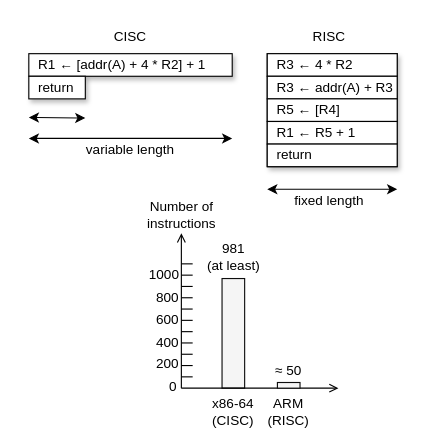
Above: docs/diagrams/theory/risc_vs_cisc.drawio in silhavyj/ZeroMate (draw.io), before the change. Source tidied: cells renumbered, new cells numbered last; positions are measured from the earlier drawing's top-left corner, leaving out a move shared by most shapes. Both pictures are drawn from the tidied source at 113%, with x=0, y=0 at pixel (28, 19).
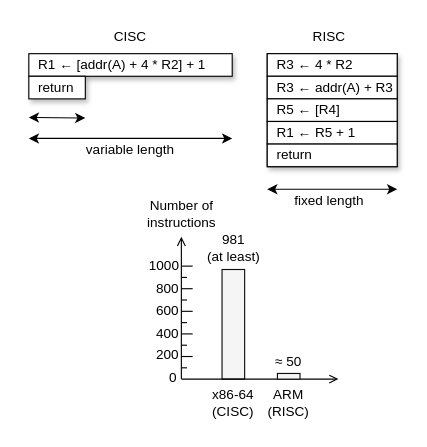
The same page after the edit.

Diff of the diagram source:
```diff
@@
     <mxCell id="17" style="rounded=0;whiteSpace=wrap;html=1;fillColor=#f5f5f5;fontColor=#333333;strokeColor=#0D0D0D;" parent="1" vertex="1">
-      <mxGeometry x="171" y="229" width="20" height="97" as="geometry" />
+      <mxGeometry x="171" y="221" width="20" height="97" as="geometry" />
     </mxCell>
     <mxCell id="18" style="endArrow=open;html=1;rounded=0;endFill=0;" parent="1" edge="1">
       <mxGeometry relative="1" as="geometry">
-        <mxPoint x="135" y="326" as="sourcePoint" />
-        <mxPoint x="135" y="189" as="targetPoint" />
+        <mxPoint x="135" y="318" as="sourcePoint" />
+        <mxPoint x="135" y="192" as="targetPoint" />
       </mxGeometry>
     </mxCell>
     <mxCell id="19" style="endArrow=open;html=1;rounded=0;endFill=0;" parent="1" edge="1">
       <mxGeometry relative="1" as="geometry">
-        <mxPoint x="135" y="326" as="sourcePoint" />
-        <mxPoint x="274" y="326" as="targetPoint" />
+        <mxPoint x="135" y="318" as="sourcePoint" />
+        <mxPoint x="274" y="318" as="targetPoint" />
       </mxGeometry>
     </mxCell>
     <mxCell id="20" style="rounded=0;whiteSpace=wrap;html=1;fillColor=#f5f5f5;fontColor=#333333;strokeColor=#0D0D0D;" parent="1" vertex="1">
-      <mxGeometry x="220" y="321" width="20" height="5" as="geometry" />
+      <mxGeometry x="220" y="313" width="20" height="5" as="geometry" />
     </mxCell>
     <mxCell id="21" value="ARM&lt;br&gt;(RISC)" style="text;html=1;strokeColor=none;fillColor=none;align=center;verticalAlign=middle;whiteSpace=wrap;rounded=0;fontFamily=Computer Modern;" parent="1" vertex="1">
-      <mxGeometry x="210" y="332" width="40" height="30" as="geometry" />
+      <mxGeometry x="210" y="324" width="40" height="30" as="geometry" />
     </mxCell>
     <mxCell id="22" value="x86-64&lt;br&gt;(CISC)" style="text;html=1;strokeColor=none;fillColor=none;align=center;verticalAlign=middle;whiteSpace=wrap;rounded=0;fontFamily=Computer Modern;" parent="1" vertex="1">
-      <mxGeometry x="156" y="332" width="50" height="30" as="geometry" />
+      <mxGeometry x="156" y="324" width="50" height="30" as="geometry" />
     </mxCell>
     <mxCell id="23" value="≈ 50" style="text;html=1;strokeColor=none;fillColor=none;align=center;verticalAlign=middle;whiteSpace=wrap;rounded=0;fontFamily=Computer Modern;" parent="1" vertex="1">
-      <mxGeometry x="215" y="306" width="30" height="10" as="geometry" />
+      <mxGeometry x="215" y="298" width="30" height="10" as="geometry" />
     </mxCell>
     <mxCell id="24" value="981 &lt;br&gt;(at least)" style="text;html=1;strokeColor=none;fillColor=none;align=center;verticalAlign=middle;whiteSpace=wrap;rounded=0;fontFamily=Computer Modern;" parent="1" vertex="1">
-      <mxGeometry x="148.5" y="200" width="65" height="20" as="geometry" />
+      <mxGeometry x="148.5" y="192" width="65" height="20" as="geometry" />
     </mxCell>
     <mxCell id="25" value="Number of &lt;br&gt;instructions" style="text;html=1;strokeColor=none;fillColor=none;align=center;verticalAlign=middle;whiteSpace=wrap;rounded=0;fontFamily=Computer Modern;rotation=0;" parent="1" vertex="1">
-      <mxGeometry x="91" y="158" width="89" height="30" as="geometry" />
+      <mxGeometry x="91" y="157" width="89" height="30" as="geometry" />
     </mxCell>
     <mxCell id="26" value="0" style="text;html=1;strokeColor=none;fillColor=none;align=center;verticalAlign=middle;whiteSpace=wrap;rounded=0;fontFamily=Computer Modern;rotation=0;" parent="1" vertex="1">
-      <mxGeometry x="121" y="310" width="14" height="30" as="geometry" />
+      <mxGeometry x="121" y="302" width="14" height="30" as="geometry" />
     </mxCell>
     <mxCell id="27" value="200" style="text;html=1;strokeColor=none;fillColor=none;align=center;verticalAlign=middle;whiteSpace=wrap;rounded=0;fontFamily=Computer Modern;rotation=0;" parent="1" vertex="1">
-      <mxGeometry x="116" y="290" width="14" height="30" as="geometry" />
+      <mxGeometry x="116" y="282" width="14" height="30" as="geometry" />
     </mxCell>
     <mxCell id="28" value="400" style="text;html=1;strokeColor=none;fillColor=none;align=center;verticalAlign=middle;whiteSpace=wrap;rounded=0;fontFamily=Computer Modern;rotation=0;" parent="1" vertex="1">
-      <mxGeometry x="116" y="271" width="14" height="30" as="geometry" />
+      <mxGeometry x="116" y="271" width="14" height="13" as="geometry" />
     </mxCell>
     <mxCell id="29" value="800" style="text;html=1;strokeColor=none;fillColor=none;align=center;verticalAlign=middle;whiteSpace=wrap;rounded=0;fontFamily=Computer Modern;rotation=0;" parent="1" vertex="1">
-      <mxGeometry x="116" y="231" width="14" height="30" as="geometry" />
+      <mxGeometry x="116" y="223" width="14" height="30" as="geometry" />
     </mxCell>
     <mxCell id="30" value="600" style="text;html=1;strokeColor=none;fillColor=none;align=center;verticalAlign=middle;whiteSpace=wrap;rounded=0;fontFamily=Computer Modern;rotation=0;" parent="1" vertex="1">
-      <mxGeometry x="116" y="256" width="14" height="20" as="geometry" />
+      <mxGeometry x="116" y="248" width="14" height="20" as="geometry" />
     </mxCell>
     <mxCell id="31" value="1000" style="text;html=1;strokeColor=none;fillColor=none;align=center;verticalAlign=middle;whiteSpace=wrap;rounded=0;fontFamily=Computer Modern;rotation=0;" parent="1" vertex="1">
-      <mxGeometry x="110" y="214" width="20" height="24" as="geometry" />
+      <mxGeometry x="110" y="206" width="20" height="24" as="geometry" />
     </mxCell>
-    <mxCell id="32" style="endArrow=none;html=1;rounded=0;entryX=1;entryY=1;entryDx=0;entryDy=0;" parent="1" edge="1">
-      <mxGeometry relative="1" as="geometry">
-        <mxPoint x="145" y="216" as="sourcePoint" />
-        <mxPoint x="135" y="216" as="targetPoint" />
-      </mxGeometry>
-    </mxCell>
     <mxCell id="33" style="endArrow=none;html=1;rounded=0;entryX=1;entryY=1;entryDx=0;entryDy=0;" parent="1" edge="1">
       <mxGeometry relative="1" as="geometry">
-        <mxPoint x="145" y="226" as="sourcePoint" />
-        <mxPoint x="135" y="226" as="targetPoint" />
+        <mxPoint x="145" y="218" as="sourcePoint" />
+        <mxPoint x="135" y="218" as="targetPoint" />
       </mxGeometry>
     </mxCell>
     <mxCell id="34" style="endArrow=none;html=1;rounded=0;entryX=1;entryY=1;entryDx=0;entryDy=0;" parent="1" edge="1">
       <mxGeometry relative="1" as="geometry">
-        <mxPoint x="145" y="236" as="sourcePoint" />
-        <mxPoint x="135" y="236" as="targetPoint" />
+        <mxPoint x="140" y="228" as="sourcePoint" />
+        <mxPoint x="135" y="228" as="targetPoint" />
       </mxGeometry>
     </mxCell>
     <mxCell id="35" style="endArrow=none;html=1;rounded=0;entryX=1;entryY=1;entryDx=0;entryDy=0;" parent="1" edge="1">
       <mxGeometry relative="1" as="geometry">
-        <mxPoint x="145" y="246" as="sourcePoint" />
-        <mxPoint x="135" y="246" as="targetPoint" />
+        <mxPoint x="145" y="238" as="sourcePoint" />
+        <mxPoint x="135" y="238" as="targetPoint" />
       </mxGeometry>
     </mxCell>
     <mxCell id="36" style="endArrow=none;html=1;rounded=0;entryX=1;entryY=1;entryDx=0;entryDy=0;" parent="1" edge="1">
       <mxGeometry relative="1" as="geometry">
-        <mxPoint x="145" y="256" as="sourcePoint" />
-        <mxPoint x="135" y="256" as="targetPoint" />
+        <mxPoint x="140" y="248" as="sourcePoint" />
+        <mxPoint x="135" y="248" as="targetPoint" />
       </mxGeometry>
     </mxCell>
     <mxCell id="37" style="endArrow=none;html=1;rounded=0;entryX=1;entryY=1;entryDx=0;entryDy=0;" parent="1" edge="1">
       <mxGeometry relative="1" as="geometry">
-        <mxPoint x="145" y="266" as="sourcePoint" />
-        <mxPoint x="135" y="266" as="targetPoint" />
+        <mxPoint x="145" y="258" as="sourcePoint" />
+        <mxPoint x="135" y="258" as="targetPoint" />
       </mxGeometry>
     </mxCell>
     <mxCell id="38" style="endArrow=none;html=1;rounded=0;entryX=1;entryY=1;entryDx=0;entryDy=0;" parent="1" edge="1">
       <mxGeometry relative="1" as="geometry">
-        <mxPoint x="145" y="276" as="sourcePoint" />
-        <mxPoint x="135" y="276" as="targetPoint" />
+        <mxPoint x="140" y="268" as="sourcePoint" />
+        <mxPoint x="135" y="268" as="targetPoint" />
       </mxGeometry>
     </mxCell>
     <mxCell id="39" style="endArrow=none;html=1;rounded=0;entryX=1;entryY=1;entryDx=0;entryDy=0;" parent="1" edge="1">
       <mxGeometry relative="1" as="geometry">
-        <mxPoint x="145" y="286" as="sourcePoint" />
-        <mxPoint x="135" y="286" as="targetPoint" />
+        <mxPoint x="145" y="278" as="sourcePoint" />
+        <mxPoint x="135" y="278" as="targetPoint" />
       </mxGeometry>
     </mxCell>
     <mxCell id="40" style="endArrow=none;html=1;rounded=0;entryX=1;entryY=1;entryDx=0;entryDy=0;" parent="1" edge="1">
       <mxGeometry relative="1" as="geometry">
-        <mxPoint x="145" y="296" as="sourcePoint" />
-        <mxPoint x="135" y="296" as="targetPoint" />
+        <mxPoint x="140" y="288" as="sourcePoint" />
+        <mxPoint x="135" y="288" as="targetPoint" />
       </mxGeometry>
     </mxCell>
     <mxCell id="41" style="endArrow=none;html=1;rounded=0;entryX=1;entryY=1;entryDx=0;entryDy=0;" parent="1" edge="1">
       <mxGeometry relative="1" as="geometry">
-        <mxPoint x="145" y="306" as="sourcePoint" />
-        <mxPoint x="135" y="306" as="targetPoint" />
+        <mxPoint x="145" y="298" as="sourcePoint" />
+        <mxPoint x="135" y="298" as="targetPoint" />
       </mxGeometry>
     </mxCell>
     <mxCell id="42" style="endArrow=none;html=1;rounded=0;entryX=1;entryY=1;entryDx=0;entryDy=0;" parent="1" edge="1">
       <mxGeometry relative="1" as="geometry">
-        <mxPoint x="145" y="316" as="sourcePoint" />
-        <mxPoint x="135" y="316" as="targetPoint" />
+        <mxPoint x="140" y="308" as="sourcePoint" />
+        <mxPoint x="135" y="308" as="targetPoint" />
       </mxGeometry>
     </mxCell>
```
